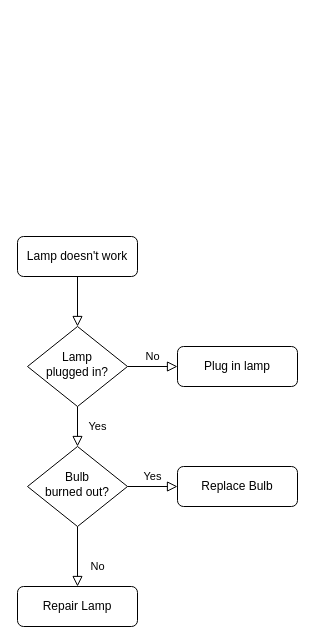
This is Untitled Diagram.drawio from CatherineMoulder/Fortran, a draw.io file, before an edit. Source tidied: cells renumbered, new cells numbered last; positions are measured from the earlier drawing's top-left corner, leaving out a move shared by most shapes. Both pictures are drawn from the tidied source at 100%, with x=0, y=0 at pixel (17, 236).
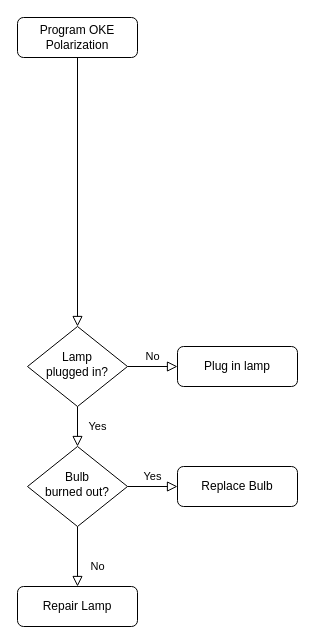
The same page after the edit.

The edit, as a diff of the source:
```diff
@@
 <mxGraphModel>
   <root>
     <mxCell id="0" />
     <mxCell id="1" parent="0" />
     <mxCell id="2" style="rounded=0;html=1;jettySize=auto;fontSize=11;endArrow=block;endFill=0;endSize=8;strokeWidth=1;shadow=0;labelBackgroundColor=none;edgeStyle=orthogonalEdgeStyle;" parent="1" edge="1" source="3" target="6">
       <mxGeometry relative="1" as="geometry" />
     </mxCell>
-    <mxCell id="3" value="Lamp doesn't work" style="rounded=1;whiteSpace=wrap;html=1;fontSize=12;glass=0;strokeWidth=1;shadow=0;" parent="1" vertex="1">
-      <mxGeometry width="120" height="40" as="geometry" />
+    <mxCell id="3" value="Program OKE&lt;br&gt;Polarization" style="rounded=1;whiteSpace=wrap;html=1;fontSize=12;glass=0;strokeWidth=1;shadow=0;" parent="1" vertex="1">
+      <mxGeometry y="-219" width="120" height="40" as="geometry" />
     </mxCell>
     <mxCell id="4" value="Yes" style="rounded=0;html=1;jettySize=auto;fontSize=11;endArrow=block;endFill=0;endSize=8;strokeWidth=1;shadow=0;labelBackgroundColor=none;edgeStyle=orthogonalEdgeStyle;" parent="1" edge="1" source="6" target="10">
       <mxGeometry y="20" relative="1" as="geometry" />
     </mxCell>
     <mxCell id="5" value="No" style="edgeStyle=orthogonalEdgeStyle;rounded=0;html=1;jettySize=auto;fontSize=11;endArrow=block;endFill=0;endSize=8;strokeWidth=1;shadow=0;labelBackgroundColor=none;" parent="1" edge="1" source="6" target="7">
       <mxGeometry y="10" relative="1" as="geometry" />
     </mxCell>
     <mxCell id="6" value="Lamp&lt;br&gt;plugged in?" style="rhombus;whiteSpace=wrap;html=1;shadow=0;fontFamily=Helvetica;fontSize=12;align=center;strokeWidth=1;spacing=6;spacingTop=-4;" parent="1" vertex="1">
       <mxGeometry x="10" y="90" width="100" height="80" as="geometry" />
     </mxCell>
     <mxCell id="7" value="Plug in lamp" style="rounded=1;whiteSpace=wrap;html=1;fontSize=12;glass=0;strokeWidth=1;shadow=0;" parent="1" vertex="1">
       <mxGeometry x="160" y="110" width="120" height="40" as="geometry" />
     </mxCell>
     <mxCell id="8" value="No" style="rounded=0;html=1;jettySize=auto;fontSize=11;endArrow=block;endFill=0;endSize=8;strokeWidth=1;shadow=0;labelBackgroundColor=none;edgeStyle=orthogonalEdgeStyle;" parent="1" edge="1" source="10" target="11">
       <mxGeometry x="0.33" y="20" relative="1" as="geometry" />
     </mxCell>
     <mxCell id="9" value="Yes" style="edgeStyle=orthogonalEdgeStyle;rounded=0;html=1;jettySize=auto;fontSize=11;endArrow=block;endFill=0;endSize=8;strokeWidth=1;shadow=0;labelBackgroundColor=none;" parent="1" edge="1" source="10" target="12">
       <mxGeometry y="10" relative="1" as="geometry" />
     </mxCell>
     <mxCell id="10" value="Bulb&lt;br&gt;burned out?" style="rhombus;whiteSpace=wrap;html=1;shadow=0;fontFamily=Helvetica;fontSize=12;align=center;strokeWidth=1;spacing=6;spacingTop=-4;" parent="1" vertex="1">
       <mxGeometry x="10" y="210" width="100" height="80" as="geometry" />
     </mxCell>
     <mxCell id="11" value="Repair Lamp" style="rounded=1;whiteSpace=wrap;html=1;fontSize=12;glass=0;strokeWidth=1;shadow=0;" parent="1" vertex="1">
       <mxGeometry y="350" width="120" height="40" as="geometry" />
     </mxCell>
     <mxCell id="12" value="Replace Bulb" style="rounded=1;whiteSpace=wrap;html=1;fontSize=12;glass=0;strokeWidth=1;shadow=0;" parent="1" vertex="1">
       <mxGeometry x="160" y="230" width="120" height="40" as="geometry" />
     </mxCell>
   </root>
 </mxGraphModel>
```
